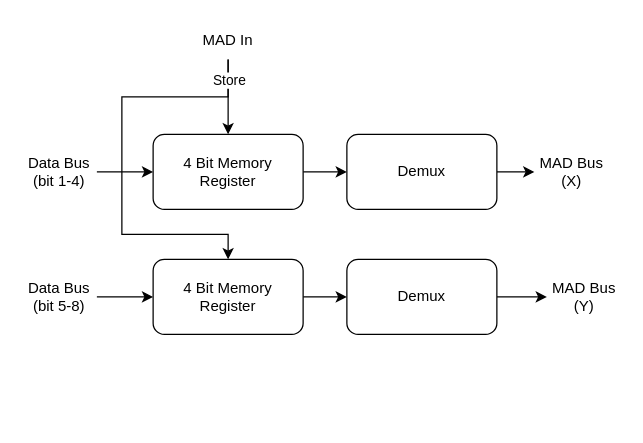
Earlier version of the draw.io diagram page "Memory Buffer" (2 of 8) of General/Magnetic Memory.drawio (omzz15/Magnetic-Memory). Source tidied: cells renumbered, new cells numbered last; positions are measured from the earlier drawing's top-left corner, leaving out a move shared by most shapes. Both pictures are drawn from the tidied source at 125%, with x=0, y=0 at pixel (21, 21).
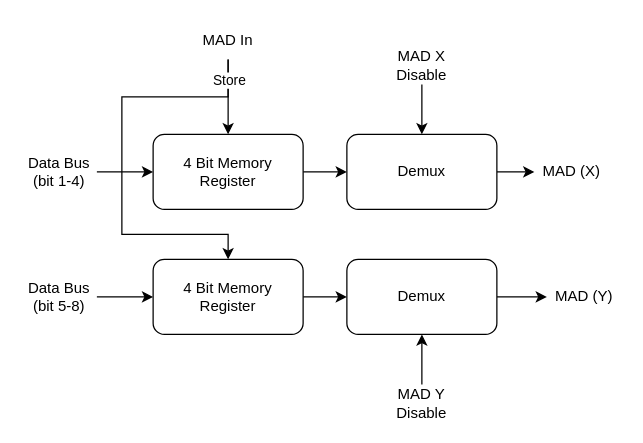
Above is the later version.

Unchanged cells that the change refers to:
```xml
<mxCell id="16" value="Demux" style="rounded=1;whiteSpace=wrap;html=1;" parent="1" vertex="1">
  <mxGeometry x="260" y="90" width="120" height="60" as="geometry" />
</mxCell>
<mxCell id="18" value="Demux" style="rounded=1;whiteSpace=wrap;html=1;" parent="1" vertex="1">
  <mxGeometry x="260" y="190" width="120" height="60" as="geometry" />
</mxCell>
```

What changed in the source:
```diff
@@
-    <mxCell id="10" value="MAD Bus (X)" style="text;html=1;strokeColor=none;fillColor=none;align=center;verticalAlign=middle;whiteSpace=wrap;rounded=0;" parent="1" vertex="1">
+    <mxCell id="10" value="MAD (X)" style="text;html=1;strokeColor=none;fillColor=none;align=center;verticalAlign=middle;whiteSpace=wrap;rounded=0;" parent="1" vertex="1">
       <mxGeometry x="410" y="105" width="60" height="30" as="geometry" />
     </mxCell>
@@
-    <mxCell id="19" value="MAD Bus (Y)" style="text;html=1;strokeColor=none;fillColor=none;align=center;verticalAlign=middle;whiteSpace=wrap;rounded=0;" parent="1" vertex="1">
+    <mxCell id="19" value="MAD (Y)" style="text;html=1;strokeColor=none;fillColor=none;align=center;verticalAlign=middle;whiteSpace=wrap;rounded=0;" parent="1" vertex="1">
       <mxGeometry x="420" y="205" width="60" height="30" as="geometry" />
     </mxCell>
+    <mxCell id="20" style="edgeStyle=orthogonalEdgeStyle;rounded=0;jettySize=auto;html=1;entryX=0.5;entryY=0;entryDx=0;entryDy=0;" parent="1" edge="1" source="21" target="16">
+      <mxGeometry relative="1" as="geometry" />
+    </mxCell>
+    <mxCell id="21" value="MAD X Disable" style="text;html=1;strokeColor=none;fillColor=none;align=center;verticalAlign=middle;whiteSpace=wrap;rounded=0;" parent="1" vertex="1">
+      <mxGeometry x="290" y="20" width="60" height="30" as="geometry" />
+    </mxCell>
+    <mxCell id="22" style="edgeStyle=orthogonalEdgeStyle;rounded=0;jettySize=auto;html=1;entryX=0.5;entryY=1;entryDx=0;entryDy=0;" parent="1" edge="1" source="23" target="18">
+      <mxGeometry relative="1" as="geometry" />
+    </mxCell>
+    <mxCell id="23" value="MAD Y Disable" style="text;html=1;strokeColor=none;fillColor=none;align=center;verticalAlign=middle;whiteSpace=wrap;rounded=0;" parent="1" vertex="1">
+      <mxGeometry x="290" y="290" width="60" height="30" as="geometry" />
+    </mxCell>
```
